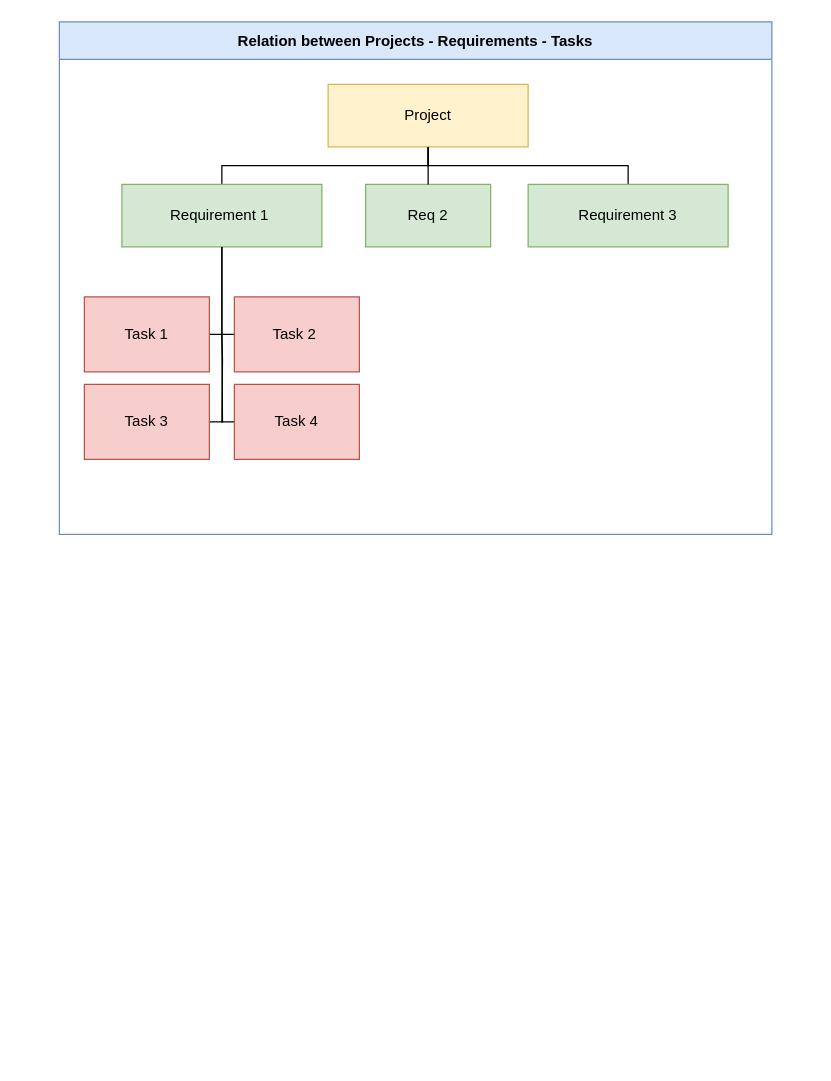
Before: Draw Design For Project Management App.drawio in stefand2003/Project-Management-App, a draw.io diagram. Source tidied: cells renumbered, new cells numbered last; positions are measured from the earlier drawing's top-left corner, leaving out a move shared by most shapes. Both pictures are drawn from the tidied source at 125%, with x=0, y=0 at pixel (59, 21).
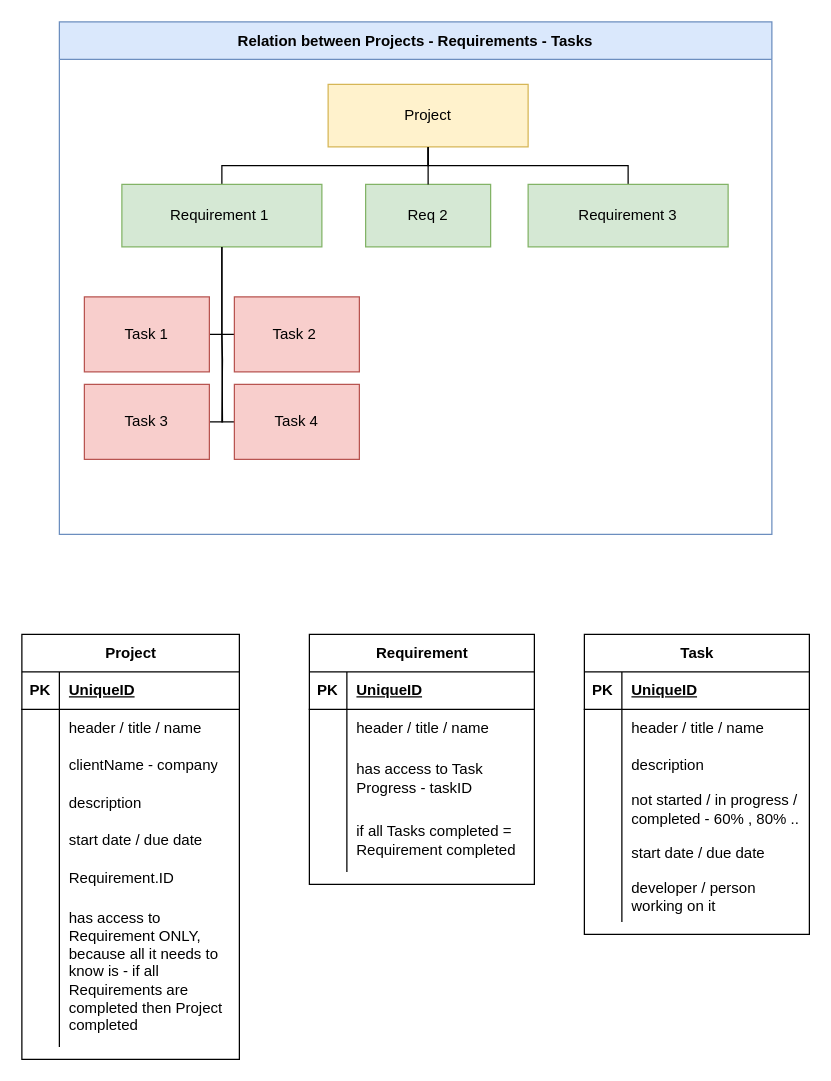
After the change.

The edit, as a diff of the source:
```diff
@@
+    <mxCell id="18" value="Project" style="shape=table;startSize=30;childLayout=tableLayout;rowLines=0;fontStyle=1;align=center;html=1;" parent="1" vertex="1">
+      <mxGeometry x="-30" y="490" width="174" height="340" as="geometry" />
+    </mxCell>
+    <mxCell id="19" style="shape=tableRow;horizontal=0;startSize=0;swimlaneHead=0;swimlaneBody=0;fillColor=none;top=0;left=0;right=0;bottom=1;" parent="18" vertex="1">
+      <mxGeometry y="30" width="174" height="30" as="geometry" />
+    </mxCell>
+    <mxCell id="20" value="PK" style="shape=partialRectangle;fillColor=none;top=0;left=0;bottom=0;right=0;fontStyle=1;overflow=hidden;whiteSpace=wrap;html=1;" parent="19" vertex="1">
+      <mxGeometry width="30" height="30" as="geometry" />
+    </mxCell>
+    <mxCell id="21" value="UniqueID" style="shape=partialRectangle;fillColor=none;top=0;left=0;bottom=0;right=0;align=left;spacingLeft=6;fontStyle=5;overflow=hidden;whiteSpace=wrap;html=1;" parent="19" vertex="1">
+      <mxGeometry x="30" width="144" height="30" as="geometry" />
+    </mxCell>
+    <mxCell id="22" style="shape=tableRow;horizontal=0;startSize=0;swimlaneHead=0;swimlaneBody=0;fillColor=none;top=0;left=0;right=0;bottom=0;" parent="18" vertex="1">
+      <mxGeometry y="60" width="174" height="30" as="geometry" />
+    </mxCell>
+    <mxCell id="23" style="shape=partialRectangle;fillColor=none;top=0;left=0;bottom=0;right=0;overflow=hidden;whiteSpace=wrap;html=1;" parent="22" vertex="1">
+      <mxGeometry width="30" height="30" as="geometry" />
+    </mxCell>
+    <mxCell id="24" value="header / title / name&amp;nbsp;" style="shape=partialRectangle;fillColor=none;top=0;left=0;bottom=0;right=0;align=left;spacingLeft=6;overflow=hidden;whiteSpace=wrap;html=1;" parent="22" vertex="1">
+      <mxGeometry x="30" width="144" height="30" as="geometry" />
+    </mxCell>
+    <mxCell id="25" style="shape=tableRow;horizontal=0;startSize=0;swimlaneHead=0;swimlaneBody=0;fillColor=none;top=0;left=0;right=0;bottom=0;" parent="18" vertex="1">
+      <mxGeometry y="90" width="174" height="30" as="geometry" />
+    </mxCell>
+    <mxCell id="26" style="shape=partialRectangle;fillColor=none;top=0;left=0;bottom=0;right=0;overflow=hidden;whiteSpace=wrap;html=1;" parent="25" vertex="1">
+      <mxGeometry width="30" height="30" as="geometry" />
+    </mxCell>
+    <mxCell id="27" value="clientName - company" style="shape=partialRectangle;fillColor=none;top=0;left=0;bottom=0;right=0;align=left;spacingLeft=6;overflow=hidden;whiteSpace=wrap;html=1;" parent="25" vertex="1">
+      <mxGeometry x="30" width="144" height="30" as="geometry" />
+    </mxCell>
+    <mxCell id="28" style="shape=tableRow;horizontal=0;startSize=0;swimlaneHead=0;swimlaneBody=0;fillColor=none;top=0;left=0;right=0;bottom=0;" parent="18" vertex="1">
+      <mxGeometry y="120" width="174" height="30" as="geometry" />
+    </mxCell>
+    <mxCell id="29" style="shape=partialRectangle;fillColor=none;top=0;left=0;bottom=0;right=0;overflow=hidden;whiteSpace=wrap;html=1;" parent="28" vertex="1">
+      <mxGeometry width="30" height="30" as="geometry" />
+    </mxCell>
+    <mxCell id="30" value="description" style="shape=partialRectangle;fillColor=none;top=0;left=0;bottom=0;right=0;align=left;spacingLeft=6;overflow=hidden;whiteSpace=wrap;html=1;" parent="28" vertex="1">
+      <mxGeometry x="30" width="144" height="30" as="geometry" />
+    </mxCell>
+    <mxCell id="31" style="shape=tableRow;horizontal=0;startSize=0;swimlaneHead=0;swimlaneBody=0;fillColor=none;top=0;left=0;right=0;bottom=0;" parent="18" vertex="1">
+      <mxGeometry y="150" width="174" height="30" as="geometry" />
+    </mxCell>
+    <mxCell id="32" style="shape=partialRectangle;fillColor=none;top=0;left=0;bottom=0;right=0;overflow=hidden;whiteSpace=wrap;html=1;" parent="31" vertex="1">
+      <mxGeometry width="30" height="30" as="geometry" />
+    </mxCell>
+    <mxCell id="33" value="start date / due date" style="shape=partialRectangle;fillColor=none;top=0;left=0;bottom=0;right=0;align=left;spacingLeft=6;overflow=hidden;whiteSpace=wrap;html=1;" parent="31" vertex="1">
+      <mxGeometry x="30" width="144" height="30" as="geometry" />
+    </mxCell>
+    <mxCell id="34" style="shape=tableRow;horizontal=0;startSize=0;swimlaneHead=0;swimlaneBody=0;fillColor=none;top=0;left=0;right=0;bottom=0;" parent="18" vertex="1">
+      <mxGeometry y="180" width="174" height="30" as="geometry" />
+    </mxCell>
+    <mxCell id="35" style="shape=partialRectangle;fillColor=none;top=0;left=0;bottom=0;right=0;overflow=hidden;whiteSpace=wrap;html=1;" parent="34" vertex="1">
+      <mxGeometry width="30" height="30" as="geometry" />
+    </mxCell>
+    <mxCell id="36" value="Requirement.ID" style="shape=partialRectangle;fillColor=none;top=0;left=0;bottom=0;right=0;align=left;spacingLeft=6;overflow=hidden;whiteSpace=wrap;html=1;" parent="34" vertex="1">
+      <mxGeometry x="30" width="144" height="30" as="geometry" />
+    </mxCell>
+    <mxCell id="37" style="shape=tableRow;horizontal=0;startSize=0;swimlaneHead=0;swimlaneBody=0;fillColor=none;top=0;left=0;right=0;bottom=0;" parent="18" vertex="1">
+      <mxGeometry y="210" width="174" height="120" as="geometry" />
+    </mxCell>
+    <mxCell id="38" style="shape=partialRectangle;fillColor=none;top=0;left=0;bottom=0;right=0;overflow=hidden;whiteSpace=wrap;html=1;" parent="37" vertex="1">
+      <mxGeometry width="30" height="120" as="geometry" />
+    </mxCell>
+    <mxCell id="39" value="has access to Requirement ONLY, because all it needs to know is - if all Requirements are completed then Project completed" style="shape=partialRectangle;fillColor=none;top=0;left=0;bottom=0;right=0;align=left;spacingLeft=6;overflow=hidden;whiteSpace=wrap;html=1;" parent="37" vertex="1">
+      <mxGeometry x="30" width="144" height="120" as="geometry" />
+    </mxCell>
+    <mxCell id="40" value="Requirement" style="shape=table;startSize=30;childLayout=tableLayout;rowLines=0;fontStyle=1;align=center;html=1;" parent="1" vertex="1">
+      <mxGeometry x="200" y="490" width="180" height="200" as="geometry" />
+    </mxCell>
+    <mxCell id="41" style="shape=tableRow;horizontal=0;startSize=0;swimlaneHead=0;swimlaneBody=0;fillColor=none;top=0;left=0;right=0;bottom=1;" parent="40" vertex="1">
+      <mxGeometry y="30" width="180" height="30" as="geometry" />
+    </mxCell>
+    <mxCell id="42" value="PK" style="shape=partialRectangle;fillColor=none;top=0;left=0;bottom=0;right=0;fontStyle=1;overflow=hidden;whiteSpace=wrap;html=1;" parent="41" vertex="1">
+      <mxGeometry width="30" height="30" as="geometry" />
+    </mxCell>
+    <mxCell id="43" value="UniqueID" style="shape=partialRectangle;fillColor=none;top=0;left=0;bottom=0;right=0;align=left;spacingLeft=6;fontStyle=5;overflow=hidden;whiteSpace=wrap;html=1;" parent="41" vertex="1">
+      <mxGeometry x="30" width="150" height="30" as="geometry" />
+    </mxCell>
+    <mxCell id="44" style="shape=tableRow;horizontal=0;startSize=0;swimlaneHead=0;swimlaneBody=0;fillColor=none;top=0;left=0;right=0;bottom=0;" parent="40" vertex="1">
+      <mxGeometry y="60" width="180" height="30" as="geometry" />
+    </mxCell>
+    <mxCell id="45" style="shape=partialRectangle;fillColor=none;top=0;left=0;bottom=0;right=0;overflow=hidden;whiteSpace=wrap;html=1;" parent="44" vertex="1">
+      <mxGeometry width="30" height="30" as="geometry" />
+    </mxCell>
+    <mxCell id="46" value="header / title / name" style="shape=partialRectangle;fillColor=none;top=0;left=0;bottom=0;right=0;align=left;spacingLeft=6;overflow=hidden;whiteSpace=wrap;html=1;" parent="44" vertex="1">
+      <mxGeometry x="30" width="150" height="30" as="geometry" />
+    </mxCell>
+    <mxCell id="47" style="shape=tableRow;horizontal=0;startSize=0;swimlaneHead=0;swimlaneBody=0;fillColor=none;top=0;left=0;right=0;bottom=0;" parent="40" vertex="1">
+      <mxGeometry y="90" width="180" height="50" as="geometry" />
+    </mxCell>
+    <mxCell id="48" style="shape=partialRectangle;fillColor=none;top=0;left=0;bottom=0;right=0;overflow=hidden;whiteSpace=wrap;html=1;" parent="47" vertex="1">
+      <mxGeometry width="30" height="50" as="geometry" />
+    </mxCell>
+    <mxCell id="49" value="has access to Task Progress - taskID" style="shape=partialRectangle;fillColor=none;top=0;left=0;bottom=0;right=0;align=left;spacingLeft=6;overflow=hidden;whiteSpace=wrap;html=1;" parent="47" vertex="1">
+      <mxGeometry x="30" width="150" height="50" as="geometry" />
+    </mxCell>
+    <mxCell id="50" style="shape=tableRow;horizontal=0;startSize=0;swimlaneHead=0;swimlaneBody=0;fillColor=none;top=0;left=0;right=0;bottom=0;" parent="40" vertex="1">
+      <mxGeometry y="140" width="180" height="50" as="geometry" />
+    </mxCell>
+    <mxCell id="51" style="shape=partialRectangle;fillColor=none;top=0;left=0;bottom=0;right=0;overflow=hidden;whiteSpace=wrap;html=1;" parent="50" vertex="1">
+      <mxGeometry width="30" height="50" as="geometry" />
+    </mxCell>
+    <mxCell id="52" value="if all Tasks completed = Requirement completed" style="shape=partialRectangle;fillColor=none;top=0;left=0;bottom=0;right=0;align=left;spacingLeft=6;overflow=hidden;whiteSpace=wrap;html=1;" parent="50" vertex="1">
+      <mxGeometry x="30" width="150" height="50" as="geometry" />
+    </mxCell>
+    <mxCell id="53" value="Task" style="shape=table;startSize=30;childLayout=tableLayout;rowLines=0;fontStyle=1;align=center;html=1;" parent="1" vertex="1">
+      <mxGeometry x="420" y="490" width="180" height="240" as="geometry" />
+    </mxCell>
+    <mxCell id="54" style="shape=tableRow;horizontal=0;startSize=0;swimlaneHead=0;swimlaneBody=0;fillColor=none;top=0;left=0;right=0;bottom=1;" parent="53" vertex="1">
+      <mxGeometry y="30" width="180" height="30" as="geometry" />
+    </mxCell>
+    <mxCell id="55" value="PK" style="shape=partialRectangle;fillColor=none;top=0;left=0;bottom=0;right=0;fontStyle=1;overflow=hidden;whiteSpace=wrap;html=1;" parent="54" vertex="1">
+      <mxGeometry width="30" height="30" as="geometry" />
+    </mxCell>
+    <mxCell id="56" value="UniqueID" style="shape=partialRectangle;fillColor=none;top=0;left=0;bottom=0;right=0;align=left;spacingLeft=6;fontStyle=5;overflow=hidden;whiteSpace=wrap;html=1;" parent="54" vertex="1">
+      <mxGeometry x="30" width="150" height="30" as="geometry" />
+    </mxCell>
+    <mxCell id="57" style="shape=tableRow;horizontal=0;startSize=0;swimlaneHead=0;swimlaneBody=0;fillColor=none;top=0;left=0;right=0;bottom=0;" parent="53" vertex="1">
+      <mxGeometry y="60" width="180" height="30" as="geometry" />
+    </mxCell>
+    <mxCell id="58" style="shape=partialRectangle;fillColor=none;top=0;left=0;bottom=0;right=0;overflow=hidden;whiteSpace=wrap;html=1;" parent="57" vertex="1">
+      <mxGeometry width="30" height="30" as="geometry" />
+    </mxCell>
+    <mxCell id="59" value="header / title / name&amp;nbsp;" style="shape=partialRectangle;fillColor=none;top=0;left=0;bottom=0;right=0;align=left;spacingLeft=6;overflow=hidden;whiteSpace=wrap;html=1;" parent="57" vertex="1">
+      <mxGeometry x="30" width="150" height="30" as="geometry" />
+    </mxCell>
+    <mxCell id="60" style="shape=tableRow;horizontal=0;startSize=0;swimlaneHead=0;swimlaneBody=0;fillColor=none;top=0;left=0;right=0;bottom=0;" parent="53" vertex="1">
+      <mxGeometry y="90" width="180" height="30" as="geometry" />
+    </mxCell>
+    <mxCell id="61" style="shape=partialRectangle;fillColor=none;top=0;left=0;bottom=0;right=0;overflow=hidden;whiteSpace=wrap;html=1;" parent="60" vertex="1">
+      <mxGeometry width="30" height="30" as="geometry" />
+    </mxCell>
+    <mxCell id="62" value="description" style="shape=partialRectangle;fillColor=none;top=0;left=0;bottom=0;right=0;align=left;spacingLeft=6;overflow=hidden;whiteSpace=wrap;html=1;" parent="60" vertex="1">
+      <mxGeometry x="30" width="150" height="30" as="geometry" />
+    </mxCell>
+    <mxCell id="63" style="shape=tableRow;horizontal=0;startSize=0;swimlaneHead=0;swimlaneBody=0;fillColor=none;top=0;left=0;right=0;bottom=0;" parent="53" vertex="1">
+      <mxGeometry y="120" width="180" height="40" as="geometry" />
+    </mxCell>
+    <mxCell id="64" style="shape=partialRectangle;fillColor=none;top=0;left=0;bottom=0;right=0;overflow=hidden;whiteSpace=wrap;html=1;" parent="63" vertex="1">
+      <mxGeometry width="30" height="40" as="geometry" />
+    </mxCell>
+    <mxCell id="65" value="not started / in progress / completed - 60% , 80% .." style="shape=partialRectangle;fillColor=none;top=0;left=0;bottom=0;right=0;align=left;spacingLeft=6;overflow=hidden;whiteSpace=wrap;html=1;" parent="63" vertex="1">
+      <mxGeometry x="30" width="150" height="40" as="geometry" />
+    </mxCell>
+    <mxCell id="66" style="shape=tableRow;horizontal=0;startSize=0;swimlaneHead=0;swimlaneBody=0;fillColor=none;top=0;left=0;right=0;bottom=0;" parent="53" vertex="1">
+      <mxGeometry y="160" width="180" height="30" as="geometry" />
+    </mxCell>
+    <mxCell id="67" style="shape=partialRectangle;fillColor=none;top=0;left=0;bottom=0;right=0;overflow=hidden;whiteSpace=wrap;html=1;" parent="66" vertex="1">
+      <mxGeometry width="30" height="30" as="geometry" />
+    </mxCell>
+    <mxCell id="68" value="start date / due date" style="shape=partialRectangle;fillColor=none;top=0;left=0;bottom=0;right=0;align=left;spacingLeft=6;overflow=hidden;whiteSpace=wrap;html=1;" parent="66" vertex="1">
+      <mxGeometry x="30" width="150" height="30" as="geometry" />
+    </mxCell>
+    <mxCell id="69" style="shape=tableRow;horizontal=0;startSize=0;swimlaneHead=0;swimlaneBody=0;fillColor=none;top=0;left=0;right=0;bottom=0;" parent="53" vertex="1">
+      <mxGeometry y="190" width="180" height="40" as="geometry" />
+    </mxCell>
+    <mxCell id="70" style="shape=partialRectangle;fillColor=none;top=0;left=0;bottom=0;right=0;overflow=hidden;whiteSpace=wrap;html=1;" parent="69" vertex="1">
+      <mxGeometry width="30" height="40" as="geometry" />
+    </mxCell>
+    <mxCell id="71" value="developer / person&amp;nbsp; working on it&amp;nbsp;" style="shape=partialRectangle;fillColor=none;top=0;left=0;bottom=0;right=0;align=left;spacingLeft=6;overflow=hidden;whiteSpace=wrap;html=1;" parent="69" vertex="1">
+      <mxGeometry x="30" width="150" height="40" as="geometry" />
+    </mxCell>
```
